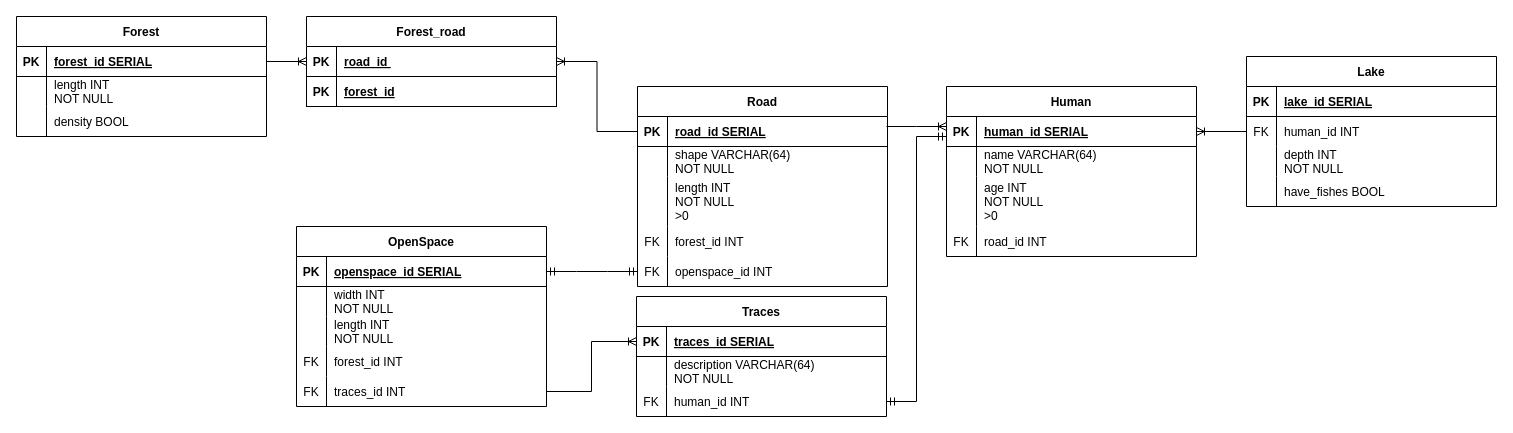
MaksProg/VTDungeon keeps this draw.io diagram as DataBases/Lab1/database1datalogical.drawio. Above is the earlier version. Source tidied: cells renumbered, new cells numbered last; positions are measured from the earlier drawing's top-left corner, leaving out a move shared by most shapes. Both pictures are drawn from the tidied source at 100%, with x=0, y=0 at pixel (16, 16).
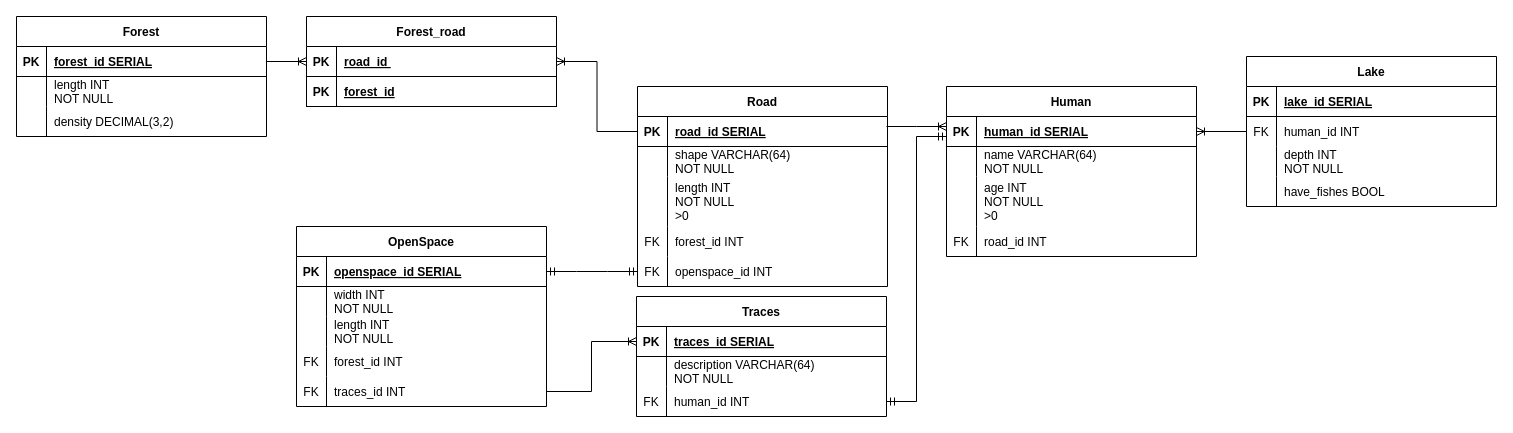
Above is the later version.

The change refers to these unchanged cells:
```xml
<mxCell id="22" style="shape=partialRectangle;fillColor=none;top=0;left=0;right=0;bottom=0;" parent="15" vertex="1">
  <mxGeometry y="90" width="250" height="30" as="geometry" />
</mxCell>
```

Change to the diagram source:
```diff
@@
-    <mxCell id="24" value="density BOOL" style="shape=partialRectangle;overflow=hidden;fillColor=none;top=0;left=0;bottom=0;right=0;align=left;spacingLeft=6;" parent="22" vertex="1">
+    <mxCell id="24" value="density DECIMAL(3,2)" style="shape=partialRectangle;overflow=hidden;fillColor=none;top=0;left=0;bottom=0;right=0;align=left;spacingLeft=6;" parent="22" vertex="1">
       <mxGeometry x="30" width="220" height="30" as="geometry" />
     </mxCell>
```
